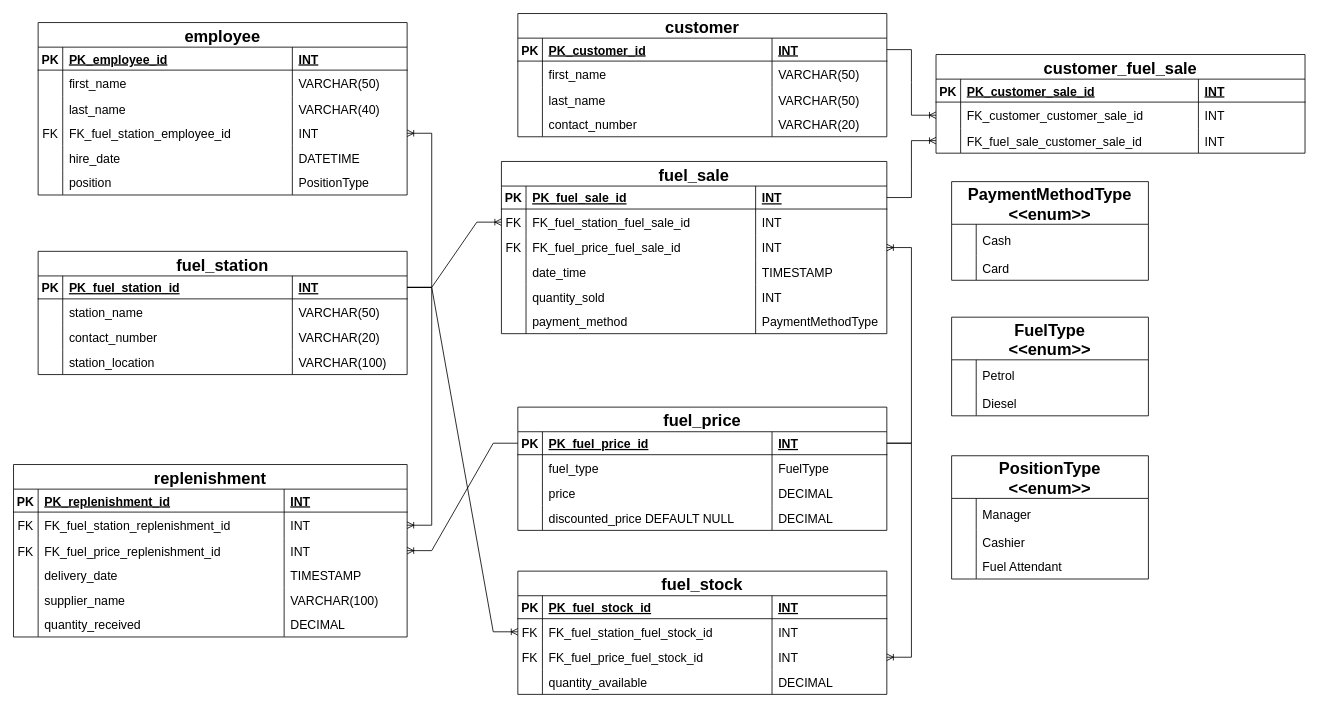
GiorgiEz/DB-modeling keeps this draw.io diagram as Untitled Diagram.drawio. Above is the earlier version. Source tidied: cells renumbered, new cells numbered last; positions are measured from the earlier drawing's top-left corner, leaving out a move shared by most shapes. Both pictures are drawn from the tidied source at 82%, with x=0, y=0 at pixel (-65, 13).
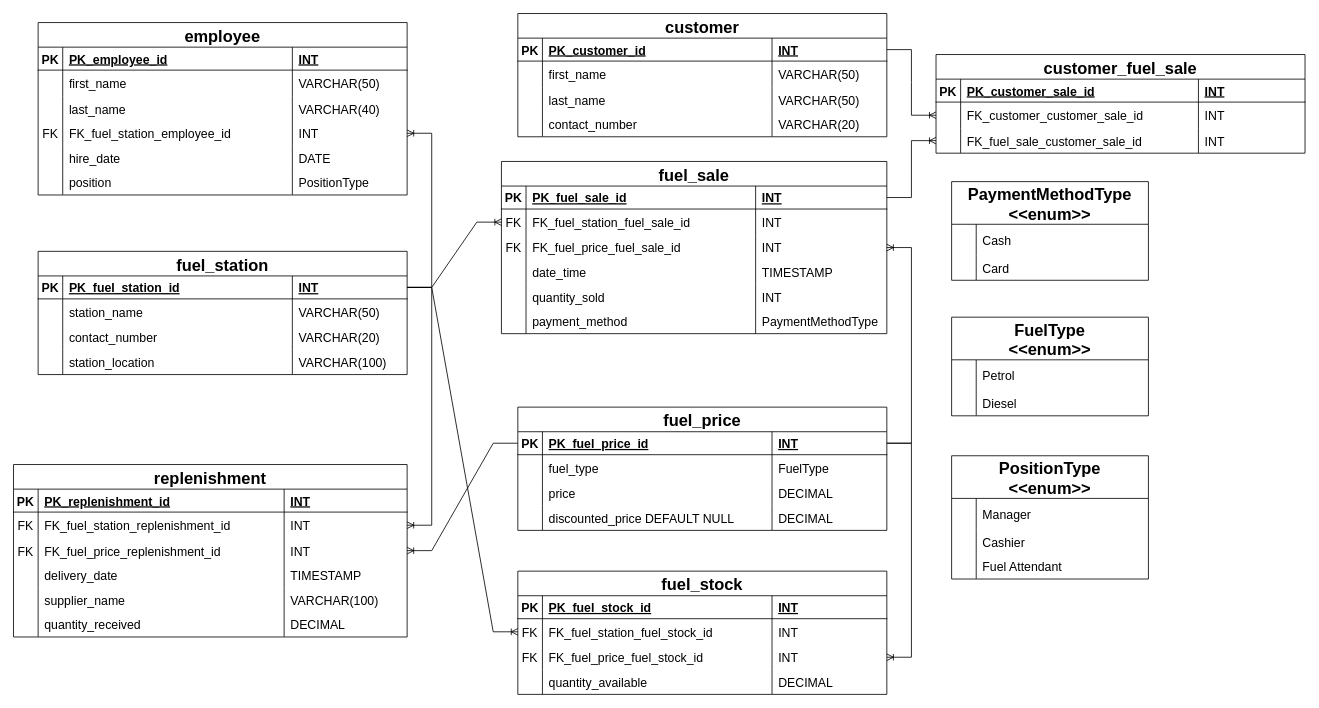
Above is the later version.

Unchanged cells that the change refers to:
```xml
<mxCell id="126" style="shape=tableRow;horizontal=0;startSize=0;swimlaneHead=0;swimlaneBody=0;fillColor=none;top=0;left=0;right=0;bottom=0;" parent="109" vertex="1">
  <mxGeometry y="150" width="450" height="30" as="geometry" />
</mxCell>
```

The edit, as a diff of the source:
```diff
@@
-    <mxCell id="129" value="DATETIME" style="shape=partialRectangle;fillColor=none;top=0;left=0;bottom=0;right=0;align=left;spacingLeft=6;overflow=hidden;fontSize=15;" parent="126" vertex="1">
+    <mxCell id="129" value="DATE" style="shape=partialRectangle;fillColor=none;top=0;left=0;bottom=0;right=0;align=left;spacingLeft=6;overflow=hidden;fontSize=15;" parent="126" vertex="1">
       <mxGeometry x="310" width="140" height="30" as="geometry" />
     </mxCell>
```
